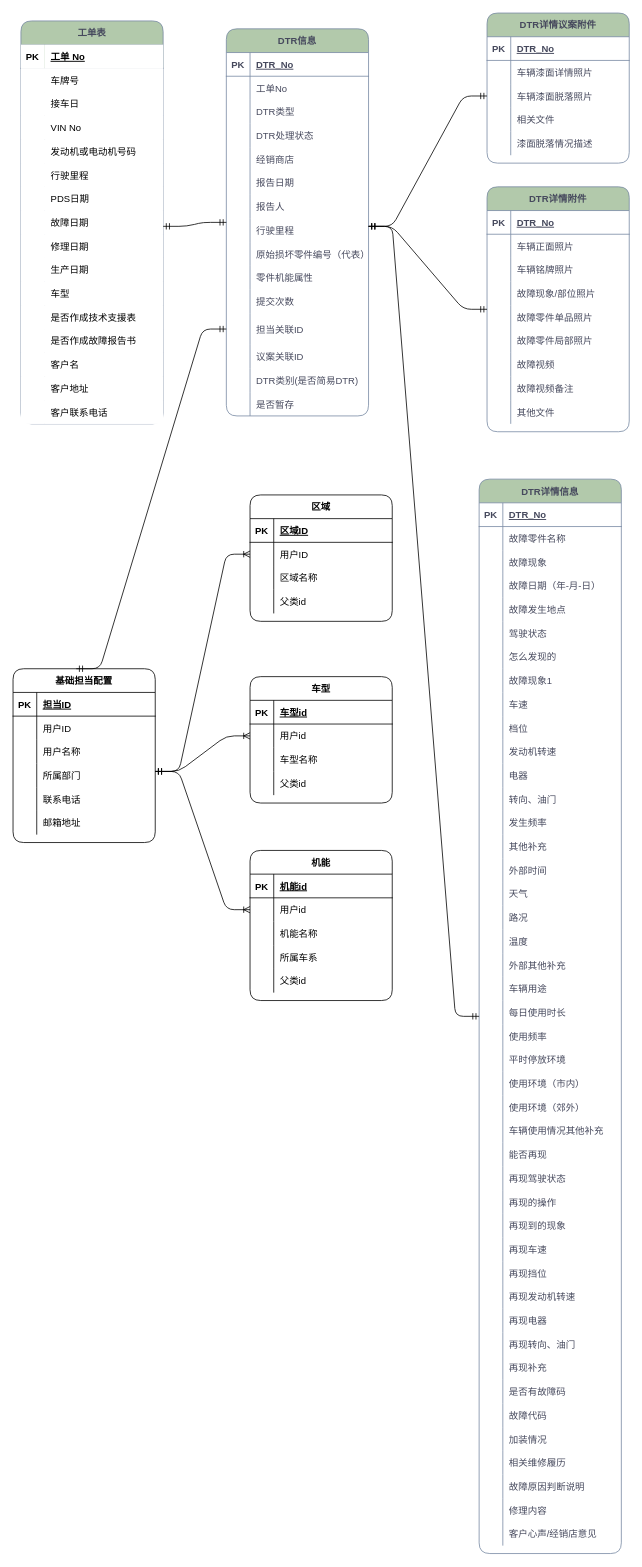
The draw.io diagram images/聚合根.drawio in 1132489442/designer, before the edit. Source tidied: cells renumbered, new cells numbered last; positions are measured from the earlier drawing's top-left corner, leaving out a move shared by most shapes. Both pictures are drawn from the tidied source at 79%, with x=0, y=0 at pixel (13, 13).
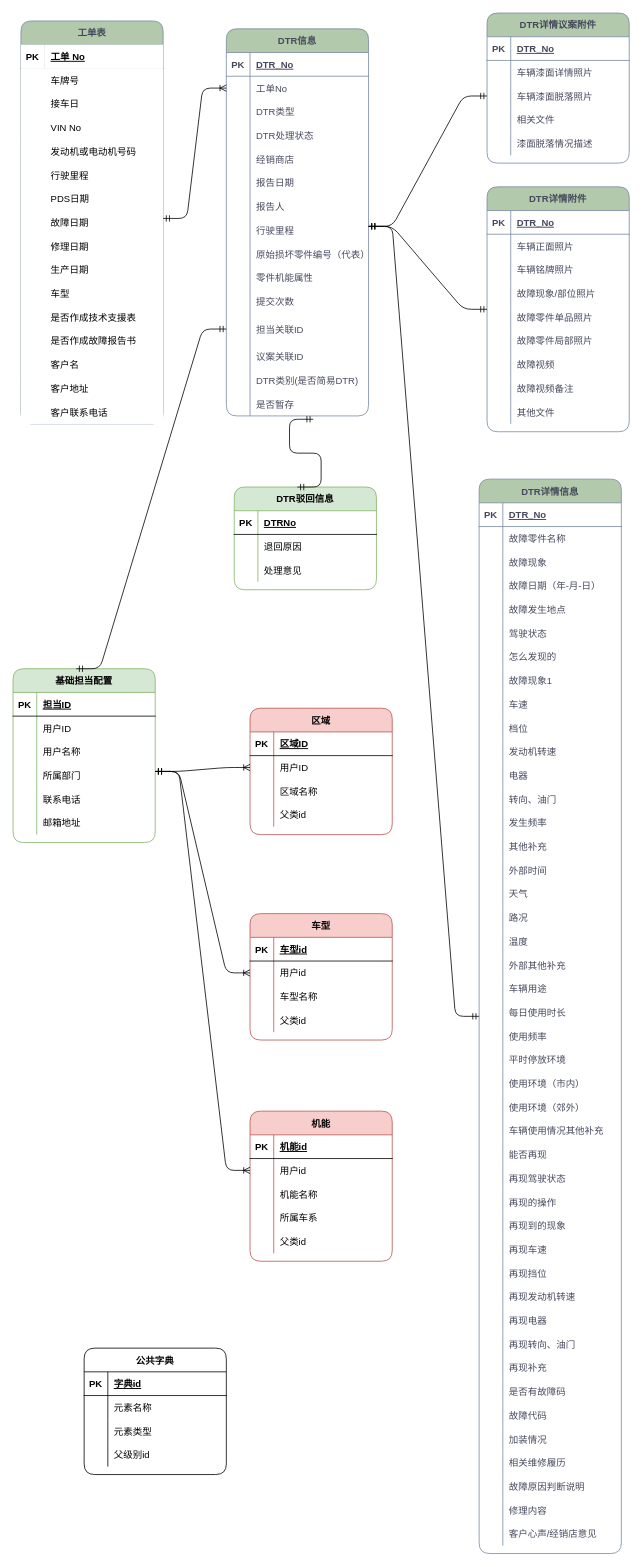
Above is the later version.

The change refers to these unchanged cells:
```xml
<mxCell id="51" value="DTR信息" style="shape=table;startSize=30;childLayout=tableLayout;rowLines=0;fontStyle=1;align=center;fillColor=#B2C9AB;strokeColor=#788AA3;fontColor=#46495D;rounded=1;" parent="1" vertex="1">
  <mxGeometry x="270" y="20" width="180" height="490" as="geometry" />
</mxCell>
<mxCell id="55" style="shape=partialRectangle;fillColor=none;top=0;left=0;bottom=0;right=0;points=[[0,0.5],[1,0.5]];portConstraint=eastwest;strokeColor=#788AA3;fontColor=#46495D;rounded=1;" parent="51" vertex="1">
  <mxGeometry y="60" width="180" height="30" as="geometry" />
</mxCell>
<mxCell id="94" style="shape=partialRectangle;fillColor=none;top=0;left=0;bottom=0;right=0;points=[[0,0.5],[1,0.5]];portConstraint=eastwest;strokeColor=#788AA3;fontColor=#46495D;rounded=1;" parent="51" vertex="1">
  <mxGeometry y="460" width="180" height="30" as="geometry" />
</mxCell>
```

What changed in the source:
```diff
@@
-    <mxCell id="274" value="基础担当配置" style="shape=table;startSize=30;childLayout=tableLayout;rowLines=0;fontStyle=1;align=center;rounded=1;" parent="1" vertex="1">
+    <mxCell id="274" value="基础担当配置" style="shape=table;startSize=30;childLayout=tableLayout;rowLines=0;fontStyle=1;align=center;rounded=1;fillColor=#d5e8d4;strokeColor=#82b366;" parent="1" vertex="1">
       <mxGeometry y="830" width="180" height="220" as="geometry" />
     </mxCell>
@@
-    <mxCell id="293" value="机能" style="shape=table;startSize=30;childLayout=tableLayout;rowLines=0;fontStyle=1;align=center;rounded=1;" parent="1" vertex="1">
-      <mxGeometry x="300" y="1060" width="180" height="190" as="geometry" />
+    <mxCell id="293" value="机能" style="shape=table;startSize=30;childLayout=tableLayout;rowLines=0;fontStyle=1;align=center;rounded=1;fillColor=#f8cecc;strokeColor=#b85450;" parent="1" vertex="1">
+      <mxGeometry x="300" y="1390" width="180" height="190" as="geometry" />
     </mxCell>
@@
-    <mxCell id="309" value="车型" style="shape=table;startSize=30;childLayout=tableLayout;rowLines=0;fontStyle=1;align=center;rounded=1;" parent="1" vertex="1">
-      <mxGeometry x="300" y="840" width="180" height="160" as="geometry" />
+    <mxCell id="309" value="车型" style="shape=table;startSize=30;childLayout=tableLayout;rowLines=0;fontStyle=1;align=center;rounded=1;fillColor=#f8cecc;strokeColor=#b85450;" parent="1" vertex="1">
+      <mxGeometry x="300" y="1140" width="180" height="160" as="geometry" />
     </mxCell>
@@
-    <mxCell id="322" value="区域" style="shape=table;startSize=30;childLayout=tableLayout;rowLines=0;fontStyle=1;align=center;rounded=1;" parent="1" vertex="1">
-      <mxGeometry x="300" y="610" width="180" height="160" as="geometry" />
+    <mxCell id="322" value="区域" style="shape=table;startSize=30;childLayout=tableLayout;rowLines=0;fontStyle=1;align=center;rounded=1;fillColor=#f8cecc;strokeColor=#b85450;" parent="1" vertex="1">
+      <mxGeometry x="300" y="880" width="180" height="160" as="geometry" />
     </mxCell>
@@
-    <mxCell id="338" style="edgeStyle=entityRelationEdgeStyle;fontSize=12;html=1;endArrow=ERmandOne;startArrow=ERmandOne;rounded=1;" parent="1" edge="1" target="51">
-      <mxGeometry relative="1" as="geometry">
-        <mxPoint x="190" y="270" as="sourcePoint" />
-      </mxGeometry>
-    </mxCell>
@@
+    <mxCell id="343" style="edgeStyle=entityRelationEdgeStyle;fontSize=12;html=1;endArrow=ERoneToMany;startArrow=ERmandOne;rounded=1;entryX=0;entryY=0.5;entryDx=0;entryDy=0;" parent="1" edge="1" target="55">
+      <mxGeometry relative="1" as="geometry">
+        <mxPoint x="190" y="260" as="sourcePoint" />
+      </mxGeometry>
+    </mxCell>
+    <mxCell id="344" value="DTR驳回信息" style="shape=table;startSize=30;childLayout=tableLayout;rowLines=0;fontStyle=1;align=center;rounded=1;fillColor=#d5e8d4;strokeColor=#82b366;" parent="1" vertex="1">
+      <mxGeometry x="280" y="600" width="180" height="130" as="geometry" />
+    </mxCell>
+    <mxCell id="345" style="shape=partialRectangle;fillColor=none;top=0;left=0;bottom=1;right=0;rounded=1;" parent="344" vertex="1">
+      <mxGeometry y="30" width="180" height="30" as="geometry" />
+    </mxCell>
+    <mxCell id="346" value="PK" style="shape=partialRectangle;fillColor=none;top=0;left=0;bottom=0;right=0;fontStyle=1;overflow=hidden;rounded=1;" parent="345" vertex="1">
+      <mxGeometry width="30" height="30" as="geometry" />
+    </mxCell>
+    <mxCell id="347" value="DTRNo" style="shape=partialRectangle;fillColor=none;top=0;left=0;bottom=0;right=0;align=left;spacingLeft=6;fontStyle=5;overflow=hidden;rounded=1;" parent="345" vertex="1">
+      <mxGeometry x="30" width="150" height="30" as="geometry" />
+    </mxCell>
+    <mxCell id="348" style="shape=partialRectangle;fillColor=none;top=0;left=0;bottom=0;right=0;rounded=1;" parent="344" vertex="1">
+      <mxGeometry y="60" width="180" height="30" as="geometry" />
+    </mxCell>
+    <mxCell id="349" style="shape=partialRectangle;fillColor=none;top=0;left=0;bottom=0;right=0;overflow=hidden;rounded=1;" parent="348" vertex="1">
+      <mxGeometry width="30" height="30" as="geometry" />
+    </mxCell>
+    <mxCell id="350" value="退回原因" style="shape=partialRectangle;fillColor=none;top=0;left=0;bottom=0;right=0;align=left;spacingLeft=6;overflow=hidden;rounded=1;" parent="348" vertex="1">
+      <mxGeometry x="30" width="150" height="30" as="geometry" />
+    </mxCell>
+    <mxCell id="351" style="shape=partialRectangle;fillColor=none;top=0;left=0;bottom=0;right=0;rounded=1;" parent="344" vertex="1">
+      <mxGeometry y="90" width="180" height="30" as="geometry" />
+    </mxCell>
+    <mxCell id="352" style="shape=partialRectangle;fillColor=none;top=0;left=0;bottom=0;right=0;overflow=hidden;rounded=1;" parent="351" vertex="1">
+      <mxGeometry width="30" height="30" as="geometry" />
+    </mxCell>
+    <mxCell id="353" value="处理意见" style="shape=partialRectangle;fillColor=none;top=0;left=0;bottom=0;right=0;align=left;spacingLeft=6;overflow=hidden;rounded=1;" parent="351" vertex="1">
+      <mxGeometry x="30" width="150" height="30" as="geometry" />
+    </mxCell>
+    <mxCell id="354" style="edgeStyle=entityRelationEdgeStyle;fontSize=12;html=1;endArrow=ERmandOne;startArrow=ERmandOne;rounded=1;entryX=0.611;entryY=1.14;entryDx=0;entryDy=0;entryPerimeter=0;" parent="1" edge="1" target="94">
+      <mxGeometry relative="1" as="geometry">
+        <mxPoint x="360" y="600" as="sourcePoint" />
+      </mxGeometry>
+    </mxCell>
+    <mxCell id="355" value="公共字典" style="shape=table;startSize=30;childLayout=tableLayout;rowLines=0;fontStyle=1;align=center;rounded=1;" parent="1" vertex="1">
+      <mxGeometry x="90" y="1690" width="180" height="160" as="geometry" />
+    </mxCell>
+    <mxCell id="356" style="shape=partialRectangle;fillColor=none;top=0;left=0;bottom=1;right=0;rounded=1;" parent="355" vertex="1">
+      <mxGeometry y="30" width="180" height="30" as="geometry" />
+    </mxCell>
+    <mxCell id="357" value="PK" style="shape=partialRectangle;fillColor=none;top=0;left=0;bottom=0;right=0;fontStyle=1;overflow=hidden;rounded=1;" parent="356" vertex="1">
+      <mxGeometry width="30" height="30" as="geometry" />
+    </mxCell>
+    <mxCell id="358" value="字典id" style="shape=partialRectangle;fillColor=none;top=0;left=0;bottom=0;right=0;align=left;spacingLeft=6;fontStyle=5;overflow=hidden;rounded=1;" parent="356" vertex="1">
+      <mxGeometry x="30" width="150" height="30" as="geometry" />
+    </mxCell>
+    <mxCell id="359" style="shape=partialRectangle;fillColor=none;top=0;left=0;bottom=0;right=0;rounded=1;" parent="355" vertex="1">
+      <mxGeometry y="60" width="180" height="30" as="geometry" />
+    </mxCell>
+    <mxCell id="360" style="shape=partialRectangle;fillColor=none;top=0;left=0;bottom=0;right=0;overflow=hidden;rounded=1;" parent="359" vertex="1">
+      <mxGeometry width="30" height="30" as="geometry" />
+    </mxCell>
+    <mxCell id="361" value="元素名称" style="shape=partialRectangle;fillColor=none;top=0;left=0;bottom=0;right=0;align=left;spacingLeft=6;overflow=hidden;rounded=1;" parent="359" vertex="1">
+      <mxGeometry x="30" width="150" height="30" as="geometry" />
+    </mxCell>
+    <mxCell id="362" style="shape=partialRectangle;fillColor=none;top=0;left=0;bottom=0;right=0;rounded=1;" parent="355" vertex="1">
+      <mxGeometry y="90" width="180" height="30" as="geometry" />
+    </mxCell>
+    <mxCell id="363" style="shape=partialRectangle;fillColor=none;top=0;left=0;bottom=0;right=0;overflow=hidden;rounded=1;" parent="362" vertex="1">
+      <mxGeometry width="30" height="30" as="geometry" />
+    </mxCell>
+    <mxCell id="364" value="元素类型" style="shape=partialRectangle;fillColor=none;top=0;left=0;bottom=0;right=0;align=left;spacingLeft=6;overflow=hidden;rounded=1;" parent="362" vertex="1">
+      <mxGeometry x="30" width="150" height="30" as="geometry" />
+    </mxCell>
+    <mxCell id="365" style="shape=partialRectangle;fillColor=none;top=0;left=0;bottom=0;right=0;rounded=1;" parent="355" vertex="1">
+      <mxGeometry y="120" width="180" height="30" as="geometry" />
+    </mxCell>
+    <mxCell id="366" style="shape=partialRectangle;fillColor=none;top=0;left=0;bottom=0;right=0;overflow=hidden;rounded=1;" parent="365" vertex="1">
+      <mxGeometry width="30" height="30" as="geometry" />
+    </mxCell>
+    <mxCell id="367" value="父级别id" style="shape=partialRectangle;fillColor=none;top=0;left=0;bottom=0;right=0;align=left;spacingLeft=6;overflow=hidden;rounded=1;" parent="365" vertex="1">
+      <mxGeometry x="30" width="150" height="30" as="geometry" />
+    </mxCell>
```
